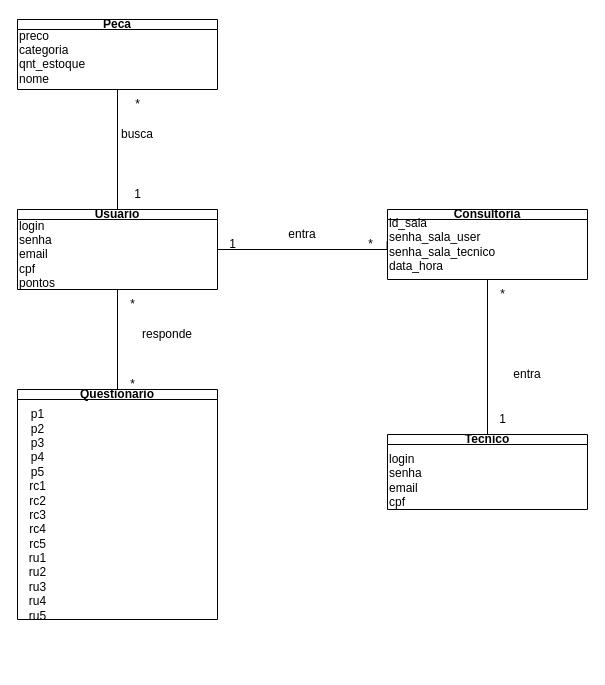
Above: page "Page-10" (10 of 11) of Diagrama sem nome.drawio in devguina/CEFET-Software_Engineering (draw.io), before the change. Source tidied: cells renumbered, new cells numbered last; positions are measured from the earlier drawing's top-left corner, leaving out a move shared by most shapes. Both pictures are drawn from the tidied source at 100%, with x=0, y=0 at pixel (17, 19).
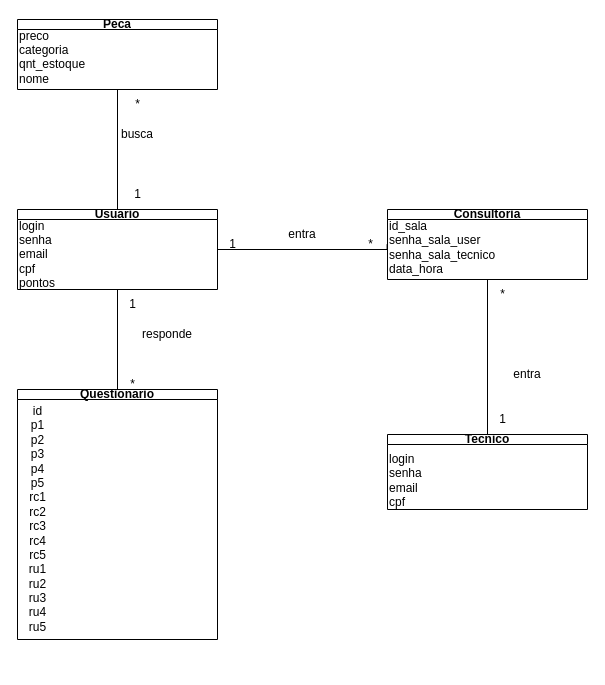
After the change.

Unchanged cells that the change refers to:
```xml
<mxCell id="10" value="Consultoria" style="swimlane;whiteSpace=wrap;html=1;startSize=10;" parent="1" vertex="1">
  <mxGeometry x="370" y="190" width="200" height="70" as="geometry" />
</mxCell>
```

Change to the diagram source:
```diff
@@
     <mxCell id="5" value="Questionario" style="swimlane;whiteSpace=wrap;html=1;startSize=10;" parent="1" vertex="1">
-      <mxGeometry y="370" width="200" height="230" as="geometry" />
+      <mxGeometry y="370" width="200" height="250" as="geometry" />
     </mxCell>
-    <mxCell id="6" value="&lt;div&gt;&lt;div&gt;p1&lt;/div&gt;&lt;div&gt;p2&lt;/div&gt;&lt;div&gt;p3&lt;/div&gt;&lt;div&gt;p4&lt;/div&gt;&lt;div&gt;p5&lt;/div&gt;&lt;div&gt;rc1&lt;/div&gt;&lt;div&gt;rc2&lt;/div&gt;&lt;div&gt;rc3&lt;/div&gt;&lt;div&gt;rc4&lt;/div&gt;&lt;div&gt;rc5&lt;/div&gt;&lt;div&gt;ru1&lt;/div&gt;&lt;div&gt;ru2&lt;/div&gt;&lt;div&gt;ru3&lt;/div&gt;&lt;div&gt;ru4&lt;/div&gt;&lt;div&gt;ru5&lt;/div&gt;&lt;div&gt;&lt;br&gt;&lt;/div&gt;&lt;div&gt;&lt;br&gt;&lt;/div&gt;&lt;/div&gt;" style="text;html=1;align=center;verticalAlign=middle;strokeColor=none;fillColor=none;" parent="5" vertex="1">
-      <mxGeometry y="10" width="40" height="260" as="geometry" />
+    <mxCell id="6" value="&lt;div&gt;&lt;div&gt;id&lt;/div&gt;&lt;div&gt;p1&lt;/div&gt;&lt;div&gt;p2&lt;/div&gt;&lt;div&gt;p3&lt;/div&gt;&lt;div&gt;p4&lt;/div&gt;&lt;div&gt;p5&lt;/div&gt;&lt;div&gt;rc1&lt;/div&gt;&lt;div&gt;rc2&lt;/div&gt;&lt;div&gt;rc3&lt;/div&gt;&lt;div&gt;rc4&lt;/div&gt;&lt;div&gt;rc5&lt;/div&gt;&lt;div&gt;ru1&lt;/div&gt;&lt;div&gt;ru2&lt;/div&gt;&lt;div&gt;ru3&lt;/div&gt;&lt;div&gt;ru4&lt;/div&gt;&lt;div&gt;ru5&lt;/div&gt;&lt;div&gt;&lt;br&gt;&lt;/div&gt;&lt;div&gt;&lt;br&gt;&lt;/div&gt;&lt;/div&gt;" style="text;html=1;align=center;verticalAlign=middle;strokeColor=none;fillColor=none;" parent="5" vertex="1">
+      <mxGeometry y="9" width="40" height="270" as="geometry" />
     </mxCell>
@@
-    <mxCell id="8" value="*" style="text;html=1;align=center;verticalAlign=middle;strokeColor=none;fillColor=none;" parent="1" vertex="1">
+    <mxCell id="8" value="1" style="text;html=1;align=center;verticalAlign=middle;strokeColor=none;fillColor=none;" parent="1" vertex="1">
       <mxGeometry x="100" y="270" width="30" height="30" as="geometry" />
     </mxCell>
@@
     <mxCell id="11" value="id_sala&lt;div&gt;senha_sala_user&lt;/div&gt;&lt;div&gt;senha_sala_tecnico&lt;/div&gt;&lt;div&gt;data_hora&lt;/div&gt;" style="text;html=1;align=left;verticalAlign=middle;points=[];strokeColor=none;fillColor=none;" parent="10" vertex="1">
-      <mxGeometry width="130" height="70" as="geometry" />
+      <mxGeometry y="3" width="130" height="70" as="geometry" />
     </mxCell>
```
